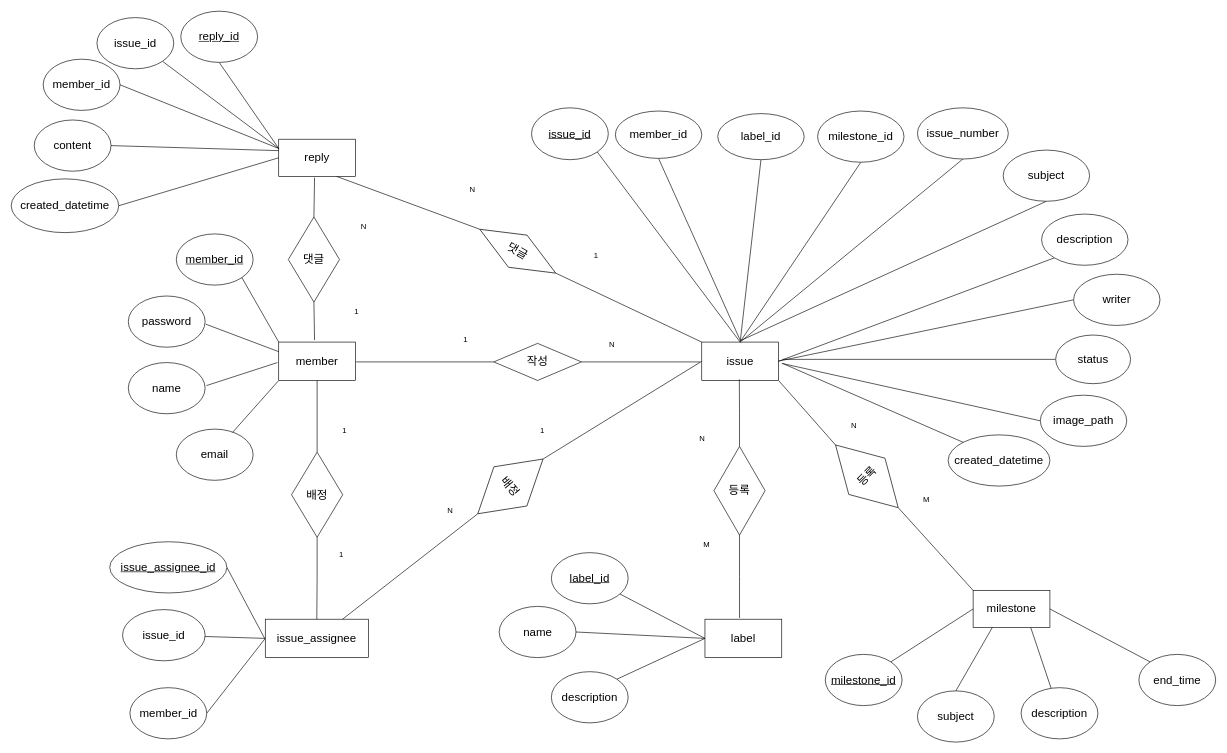
This is page "Page-14" (14 of 14) of Untitled Diagram.drawio from ikjo93/Class-Diagram, a draw.io file, before an edit. Source tidied: cells renumbered, new cells numbered last; positions are measured from the earlier drawing's top-left corner, leaving out a move shared by most shapes. Both pictures are drawn from the tidied source at 64%, with x=0, y=0 at pixel (11, 11).
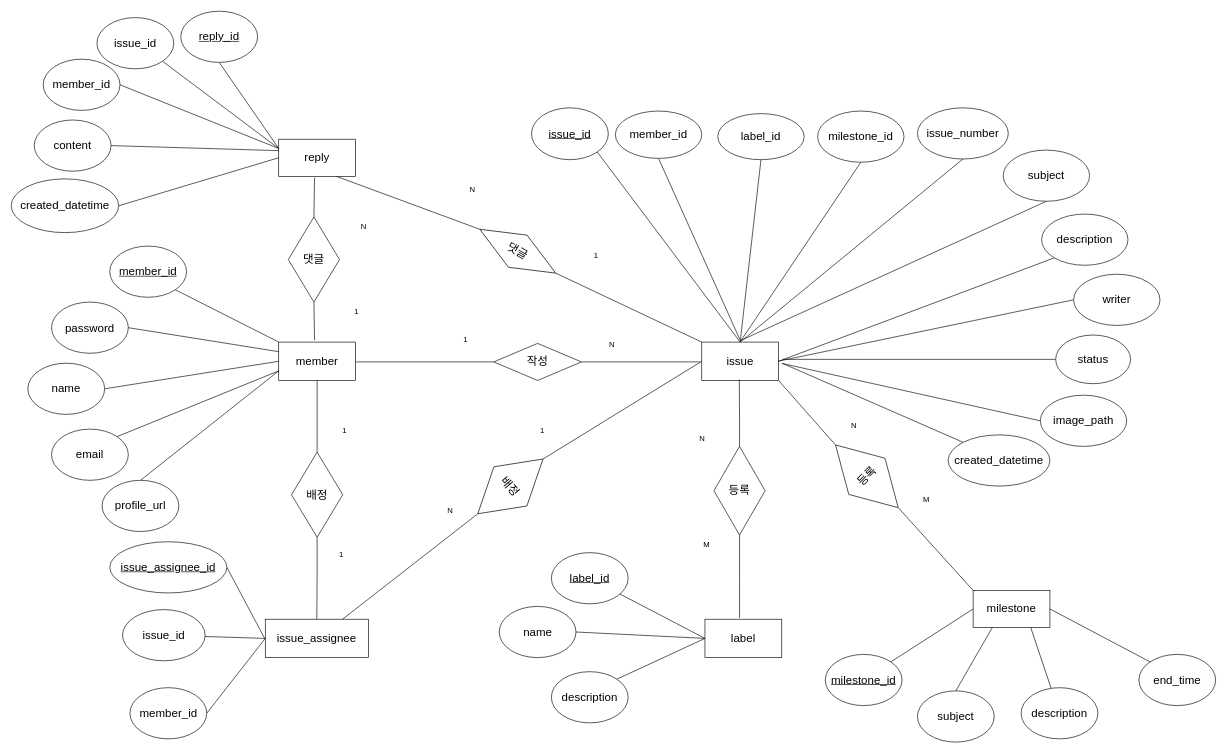
Above is the later version.

Unchanged cells that the change refers to:
```xml
<mxCell id="2" value="&lt;span style=&quot;font-size: 18px&quot;&gt;member&lt;/span&gt;" style="rounded=0;whiteSpace=wrap;html=1;" parent="1" vertex="1">
  <mxGeometry x="418" y="517" width="120" height="60" as="geometry" />
</mxCell>
```

Change to the diagram source:
```diff
@@
+    <mxCell id="103" style="rounded=0;jettySize=auto;html=1;exitX=1;exitY=0.5;exitDx=0;exitDy=0;entryX=0;entryY=0.25;entryDx=0;entryDy=0;endArrow=none;endFill=0;" parent="1" edge="1" source="3" target="2">
+      <mxGeometry relative="1" as="geometry" />
+    </mxCell>
     <mxCell id="3" value="password" style="ellipse;whiteSpace=wrap;html=1;fontSize=18;" parent="1" vertex="1">
-      <mxGeometry x="183" y="445" width="120" height="80" as="geometry" />
+      <mxGeometry x="63" y="454.5" width="120" height="80" as="geometry" />
     </mxCell>
+    <mxCell id="104" style="edgeStyle=none;rounded=0;jettySize=auto;html=1;exitX=1;exitY=0;exitDx=0;exitDy=0;entryX=0;entryY=0.75;entryDx=0;entryDy=0;endArrow=none;endFill=0;" parent="1" edge="1" source="4" target="2">
+      <mxGeometry relative="1" as="geometry" />
+    </mxCell>
     <mxCell id="4" value="email" style="ellipse;whiteSpace=wrap;html=1;fontSize=18;" parent="1" vertex="1">
-      <mxGeometry x="258" y="653" width="120" height="80" as="geometry" />
+      <mxGeometry x="63" y="653" width="120" height="80" as="geometry" />
     </mxCell>
+    <mxCell id="105" style="edgeStyle=none;rounded=0;jettySize=auto;html=1;exitX=1;exitY=0.5;exitDx=0;exitDy=0;entryX=0;entryY=0.5;entryDx=0;entryDy=0;endArrow=none;endFill=0;" parent="1" edge="1" source="5" target="2">
+      <mxGeometry relative="1" as="geometry" />
+    </mxCell>
     <mxCell id="5" value="name" style="ellipse;whiteSpace=wrap;html=1;fontSize=18;" parent="1" vertex="1">
-      <mxGeometry x="183" y="549" width="120" height="80" as="geometry" />
+      <mxGeometry x="26" y="550" width="120" height="80" as="geometry" />
     </mxCell>
     <mxCell id="6" value="&lt;u&gt;member_id&lt;/u&gt;" style="ellipse;whiteSpace=wrap;html=1;fontSize=18;" parent="1" vertex="1">
-      <mxGeometry x="258" y="348" width="120" height="80" as="geometry" />
+      <mxGeometry x="154" y="367" width="120" height="80" as="geometry" />
     </mxCell>
@@
-    <mxCell id="8" style="endArrow=none;html=1;rounded=0;fontSize=18;entryX=0;entryY=0.25;entryDx=0;entryDy=0;" parent="1" edge="1" target="2">
-      <mxGeometry relative="1" as="geometry">
-        <mxPoint x="304" y="489" as="sourcePoint" />
-      </mxGeometry>
-    </mxCell>
-    <mxCell id="9" style="endArrow=none;html=1;rounded=0;fontSize=18;" parent="1" edge="1">
-      <mxGeometry relative="1" as="geometry">
-        <mxPoint x="305" y="585" as="sourcePoint" />
-        <mxPoint x="416" y="549" as="targetPoint" />
-      </mxGeometry>
-    </mxCell>
-    <mxCell id="10" style="endArrow=none;html=1;rounded=0;fontSize=18;entryX=0;entryY=1;entryDx=0;entryDy=0;" parent="1" edge="1" target="2">
-      <mxGeometry relative="1" as="geometry">
-        <mxPoint x="346" y="658" as="sourcePoint" />
-      </mxGeometry>
-    </mxCell>
@@
+    <mxCell id="106" style="edgeStyle=none;rounded=0;jettySize=auto;html=1;exitX=0.5;exitY=0;exitDx=0;exitDy=0;entryX=0;entryY=0.75;entryDx=0;entryDy=0;endArrow=none;endFill=0;" parent="1" edge="1" source="107" target="2">
+      <mxGeometry relative="1" as="geometry" />
+    </mxCell>
+    <mxCell id="107" value="profile_url" style="ellipse;whiteSpace=wrap;html=1;fontSize=18;" parent="1" vertex="1">
+      <mxGeometry x="142" y="733" width="120" height="80" as="geometry" />
+    </mxCell>
```
